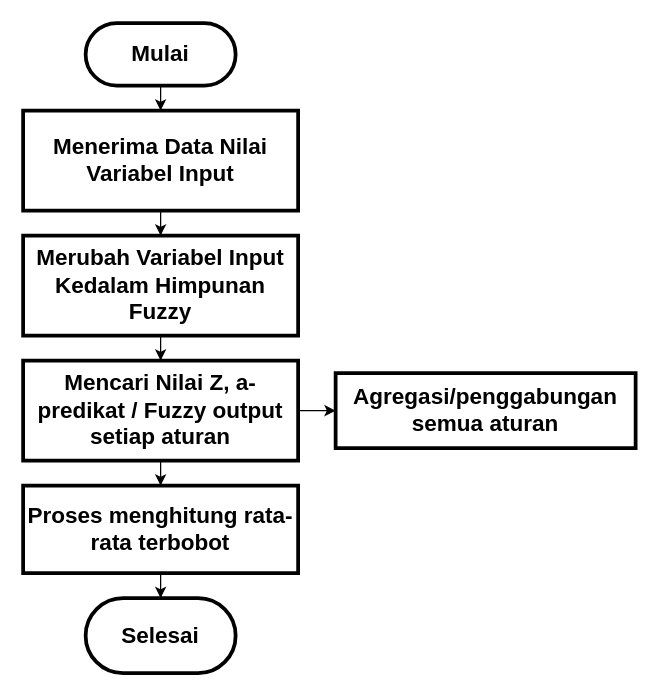
Above: Untitled Diagram.drawio in YogabayuW/flowchart-proposal (draw.io), before the change. Source tidied: cells renumbered, new cells numbered last; positions are measured from the earlier drawing's top-left corner, leaving out a move shared by most shapes. Both pictures are drawn from the tidied source at 125%, with x=0, y=0 at pixel (22, 22).
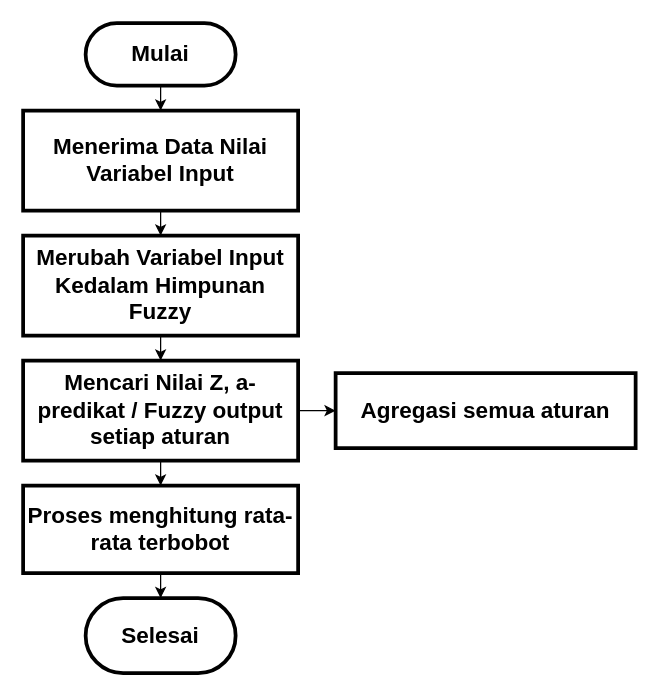
Above is the later version.

The edit, as a diff of the source:
```diff
@@
 <mxGraphModel>
   <root>
     <mxCell id="0" />
     <mxCell id="1" parent="0" />
     <mxCell id="2" style="edgeStyle=orthogonalEdgeStyle;rounded=0;jettySize=auto;html=1;" parent="1" edge="1" source="3" target="5">
       <mxGeometry relative="1" as="geometry" />
     </mxCell>
     <mxCell id="3" value="&lt;h2&gt;Mulai&lt;/h2&gt;" style="rounded=1;whiteSpace=wrap;html=1;arcSize=50;strokeWidth=3;" parent="1" vertex="1">
       <mxGeometry x="50" width="120" height="50" as="geometry" />
     </mxCell>
     <mxCell id="4" style="edgeStyle=orthogonalEdgeStyle;rounded=0;jettySize=auto;html=1;" parent="1" edge="1" source="5" target="7">
       <mxGeometry relative="1" as="geometry" />
     </mxCell>
     <mxCell id="5" value="&lt;h2&gt;Menerima Data Nilai Variabel Input&lt;/h2&gt;" style="rounded=0;whiteSpace=wrap;html=1;strokeWidth=3;" parent="1" vertex="1">
       <mxGeometry y="70" width="220" height="80" as="geometry" />
     </mxCell>
     <mxCell id="6" style="edgeStyle=orthogonalEdgeStyle;rounded=0;jettySize=auto;html=1;" parent="1" edge="1" source="7" target="10">
       <mxGeometry relative="1" as="geometry" />
     </mxCell>
     <mxCell id="7" value="&lt;h2&gt;Merubah Variabel Input Kedalam Himpunan Fuzzy&lt;/h2&gt;" style="rounded=0;whiteSpace=wrap;html=1;strokeWidth=3;" parent="1" vertex="1">
       <mxGeometry y="170" width="220" height="80" as="geometry" />
     </mxCell>
     <mxCell id="8" style="edgeStyle=orthogonalEdgeStyle;rounded=0;jettySize=auto;html=1;" parent="1" edge="1" source="10" target="11">
       <mxGeometry relative="1" as="geometry" />
     </mxCell>
     <mxCell id="9" style="edgeStyle=orthogonalEdgeStyle;rounded=0;jettySize=auto;html=1;" parent="1" edge="1" source="10" target="13">
       <mxGeometry relative="1" as="geometry" />
     </mxCell>
     <mxCell id="10" value="&lt;h2&gt;Mencari Nilai Z, a-predikat / Fuzzy output setiap aturan&lt;/h2&gt;" style="rounded=0;whiteSpace=wrap;html=1;strokeWidth=3;" parent="1" vertex="1">
       <mxGeometry y="270" width="220" height="80" as="geometry" />
     </mxCell>
-    <mxCell id="11" value="&lt;h2&gt;Agregasi/penggabungan semua aturan&lt;/h2&gt;" style="rounded=0;whiteSpace=wrap;html=1;strokeWidth=3;" parent="1" vertex="1">
+    <mxCell id="11" value="&lt;h2&gt;Agregasi semua aturan&lt;/h2&gt;" style="rounded=0;whiteSpace=wrap;html=1;strokeWidth=3;" parent="1" vertex="1">
       <mxGeometry x="250" y="280" width="240" height="60" as="geometry" />
     </mxCell>
     <mxCell id="12" style="edgeStyle=orthogonalEdgeStyle;rounded=0;jettySize=auto;html=1;" parent="1" edge="1" source="13" target="14">
       <mxGeometry relative="1" as="geometry" />
     </mxCell>
     <mxCell id="13" value="&lt;h2&gt;Proses menghitung rata-rata terbobot&lt;/h2&gt;" style="rounded=0;whiteSpace=wrap;html=1;strokeWidth=3;" parent="1" vertex="1">
       <mxGeometry y="370" width="220" height="70" as="geometry" />
     </mxCell>
     <mxCell id="14" value="&lt;h2&gt;Selesai&lt;/h2&gt;" style="rounded=1;whiteSpace=wrap;html=1;arcSize=50;strokeWidth=3;" parent="1" vertex="1">
       <mxGeometry x="50" y="460" width="120" height="60" as="geometry" />
     </mxCell>
   </root>
 </mxGraphModel>
```
